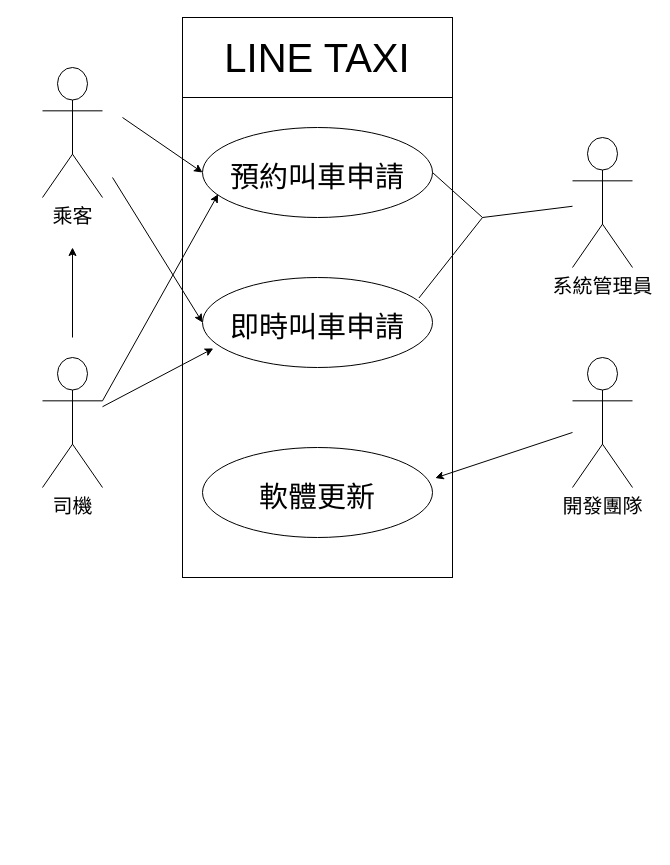
This is answer1.drawio from Yusheng0728/FinalPorject112-2, a draw.io file, before an edit. Source tidied: cells renumbered, new cells numbered last; positions are measured from the earlier drawing's top-left corner, leaving out a move shared by most shapes. Both pictures are drawn from the tidied source at 100%, with x=0, y=0 at pixel (42, 17).
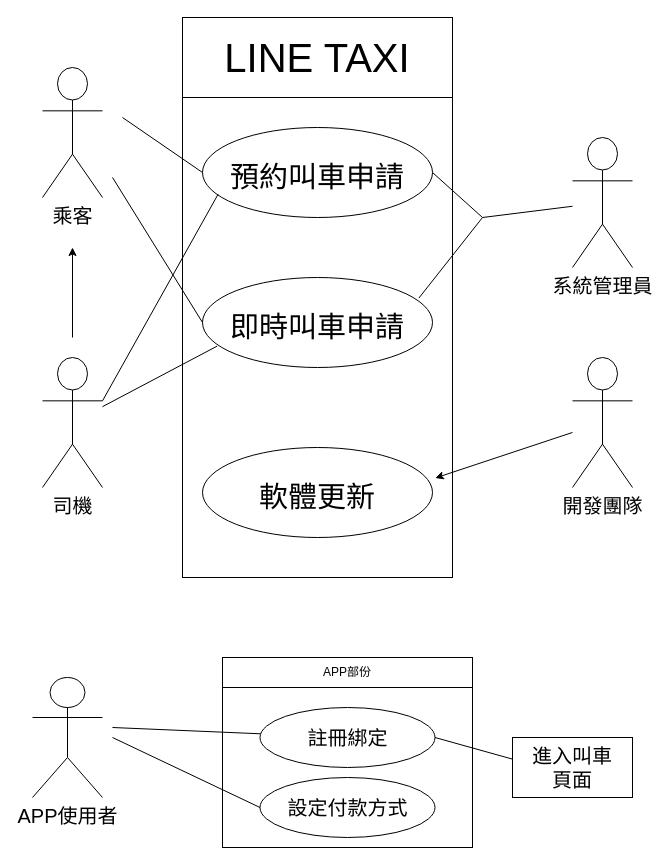
Above is the later version.

The change refers to these unchanged cells:
```xml
<mxCell id="9" value="&lt;font style=&quot;font-size: 20px;&quot;&gt;司機&lt;/font&gt;" style="shape=umlActor;verticalLabelPosition=bottom;verticalAlign=top;html=1;outlineConnect=0;fillColor=none;" parent="1" vertex="1">
  <mxGeometry y="340" width="60" height="130" as="geometry" />
</mxCell>
<mxCell id="12" value="&lt;font style=&quot;font-size: 29px;&quot;&gt;預約叫車申請&lt;/font&gt;" style="ellipse;whiteSpace=wrap;html=1;fontSize=40;fillColor=none;" parent="1" vertex="1">
  <mxGeometry x="160" y="110" width="230" height="90" as="geometry" />
</mxCell>
<mxCell id="13" value="&lt;font style=&quot;font-size: 29px;&quot;&gt;即時叫車申請&lt;/font&gt;" style="ellipse;whiteSpace=wrap;html=1;fontSize=40;fillColor=none;" parent="1" vertex="1">
  <mxGeometry x="160" y="260" width="230" height="90" as="geometry" />
</mxCell>
```

The edit, as a diff of the source:
```diff
@@
-    <mxCell id="3" style="edgeStyle=none;html=1;entryX=0;entryY=0.5;entryDx=0;entryDy=0;fontSize=20;" parent="1" edge="1" target="12">
+    <mxCell id="3" style="edgeStyle=none;html=1;entryX=0;entryY=0.5;entryDx=0;entryDy=0;fontSize=20;endArrow=none;endFill=0;" parent="1" edge="1" target="12">
       <mxGeometry relative="1" as="geometry">
         <mxPoint x="80" y="100" as="sourcePoint" />
       </mxGeometry>
     </mxCell>
-    <mxCell id="4" style="edgeStyle=none;html=1;entryX=0;entryY=0.5;entryDx=0;entryDy=0;fontSize=20;" parent="1" edge="1" target="13">
+    <mxCell id="4" style="edgeStyle=none;html=1;entryX=0;entryY=0.5;entryDx=0;entryDy=0;fontSize=20;endArrow=none;endFill=0;" parent="1" edge="1" target="13">
       <mxGeometry relative="1" as="geometry">
         <mxPoint x="70" y="160" as="sourcePoint" />
       </mxGeometry>
     </mxCell>
@@
-    <mxCell id="6" style="edgeStyle=none;html=1;entryX=0.047;entryY=0.788;entryDx=0;entryDy=0;entryPerimeter=0;fontSize=20;endArrow=classic;endFill=1;" parent="1" edge="1" source="9" target="13">
+    <mxCell id="6" style="edgeStyle=none;html=1;fontSize=20;endArrow=none;endFill=0;entryX=0.064;entryY=0.762;entryDx=0;entryDy=0;entryPerimeter=0;" parent="1" edge="1" source="9" target="13">
       <mxGeometry relative="1" as="geometry" />
     </mxCell>
@@
-    <mxCell id="8" style="edgeStyle=none;html=1;exitX=1;exitY=0.3333333333333333;exitDx=0;exitDy=0;exitPerimeter=0;fontSize=20;endArrow=classic;endFill=1;entryX=0.068;entryY=0.741;entryDx=0;entryDy=0;entryPerimeter=0;" parent="1" edge="1" source="9" target="12">
+    <mxCell id="8" style="edgeStyle=none;html=1;exitX=1;exitY=0.3333333333333333;exitDx=0;exitDy=0;exitPerimeter=0;fontSize=20;endArrow=none;endFill=0;entryX=0.068;entryY=0.741;entryDx=0;entryDy=0;entryPerimeter=0;" parent="1" edge="1" source="9" target="12">
       <mxGeometry relative="1" as="geometry" />
     </mxCell>
@@
+    <mxCell id="21" style="rounded=0;whiteSpace=wrap;html=1;" parent="1" vertex="1">
+      <mxGeometry x="180" y="640" width="250" height="190" as="geometry" />
+    </mxCell>
+    <mxCell id="22" value="APP部份" style="rounded=0;whiteSpace=wrap;html=1;" parent="1" vertex="1">
+      <mxGeometry x="180" y="640" width="250" height="30" as="geometry" />
+    </mxCell>
+    <mxCell id="23" style="edgeStyle=none;html=1;fontSize=20;endArrow=none;endFill=0;exitX=1;exitY=0.5;exitDx=0;exitDy=0;" parent="1" edge="1" source="24">
+      <mxGeometry relative="1" as="geometry">
+        <mxPoint x="500" y="750" as="targetPoint" />
+      </mxGeometry>
+    </mxCell>
+    <mxCell id="24" value="&lt;font style=&quot;font-size: 20px;&quot;&gt;註冊綁定&lt;/font&gt;" style="ellipse;whiteSpace=wrap;html=1;" parent="1" vertex="1">
+      <mxGeometry x="217.5" y="690" width="175" height="60" as="geometry" />
+    </mxCell>
+    <mxCell id="25" value="&lt;font style=&quot;font-size: 20px;&quot;&gt;設定付款方式&lt;/font&gt;" style="ellipse;whiteSpace=wrap;html=1;" parent="1" vertex="1">
+      <mxGeometry x="217.5" y="760" width="175" height="60" as="geometry" />
+    </mxCell>
+    <mxCell id="26" style="edgeStyle=none;html=1;fontSize=20;endArrow=none;endFill=0;" parent="1" edge="1" target="24">
+      <mxGeometry relative="1" as="geometry">
+        <mxPoint x="70" y="710" as="sourcePoint" />
+      </mxGeometry>
+    </mxCell>
+    <mxCell id="27" value="APP使用者" style="shape=umlActor;verticalLabelPosition=bottom;verticalAlign=top;html=1;fontSize=20;" parent="1" vertex="1">
+      <mxGeometry x="-10" y="660" width="70" height="120" as="geometry" />
+    </mxCell>
+    <mxCell id="28" style="edgeStyle=none;html=1;fontSize=20;endArrow=none;endFill=0;entryX=0;entryY=0.5;entryDx=0;entryDy=0;" parent="1" edge="1" target="25">
+      <mxGeometry relative="1" as="geometry">
+        <mxPoint x="70" y="720" as="sourcePoint" />
+      </mxGeometry>
+    </mxCell>
+    <mxCell id="29" value="進入叫車&lt;br&gt;頁面" style="rounded=0;whiteSpace=wrap;html=1;fontSize=20;" parent="1" vertex="1">
+      <mxGeometry x="470" y="720" width="120" height="60" as="geometry" />
+    </mxCell>
```
